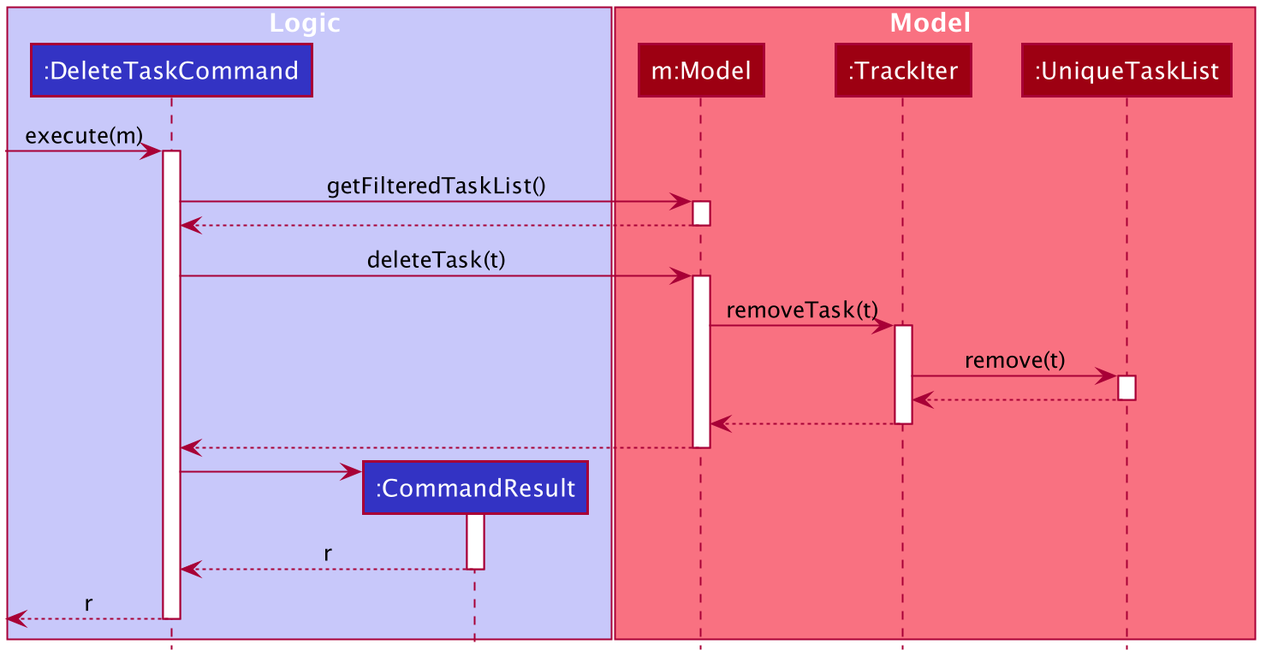
Above: docs/images/DeleteTaskSequenceDiagram.png in simonteozw/tp (PlantUML), before the change.
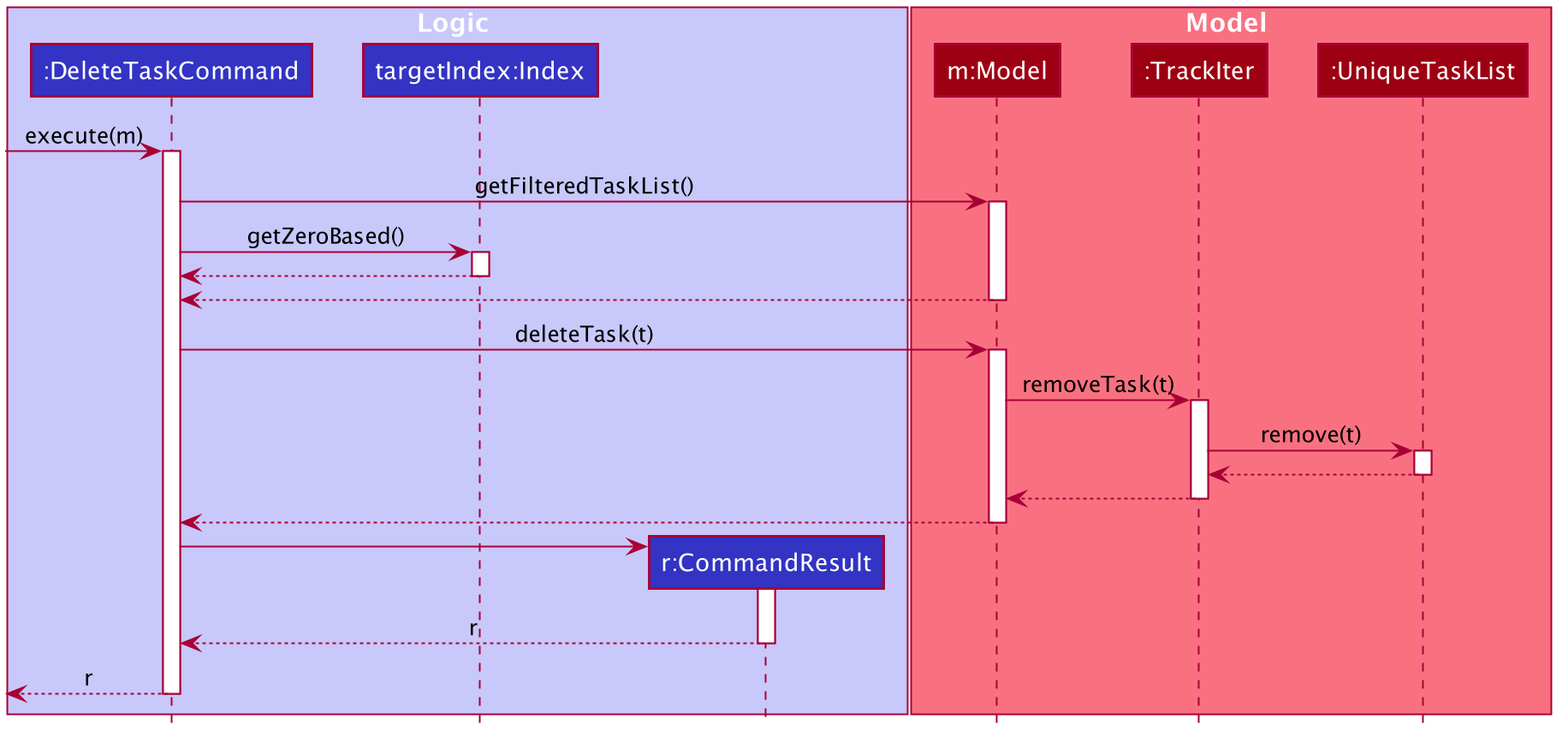
Above is the later version.

What changed in the source:
```diff
@@ -50,7 +50,8 @@
 
 box Logic #C8C8FA
 participant ":DeleteTaskCommand" as DeleteTaskCommand #3333C4
-participant ":CommandResult" as CommandResult #3333C4
+participant "targetIndex:Index" as index #3333C4
+participant "r:CommandResult" as CommandResult #3333C4
 end box
 
 box Model #F97181
@@ -64,6 +65,12 @@
 
 DeleteTaskCommand -> Model : getFilteredTaskList()
 activate Model
+
+DeleteTaskCommand -> index : getZeroBased()
+activate index
+
+index --> DeleteTaskCommand
+deactivate index
 
 Model --> DeleteTaskCommand
 deactivate Model
```
